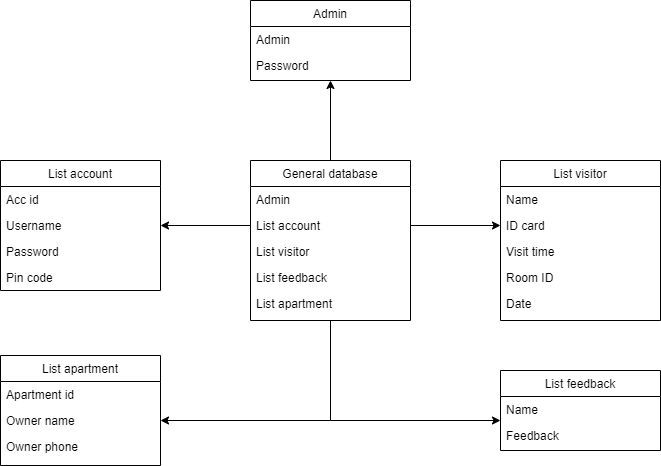
Before: diagram/Class Diagram.drawio.png, a diagram exported from draw.io (duongminhthanh/app_system_management_visitor_for_old_aparment). Source tidied: cells renumbered, new cells last; positions are measured from the earlier drawing's top-left corner, leaving out a move shared by most shapes.
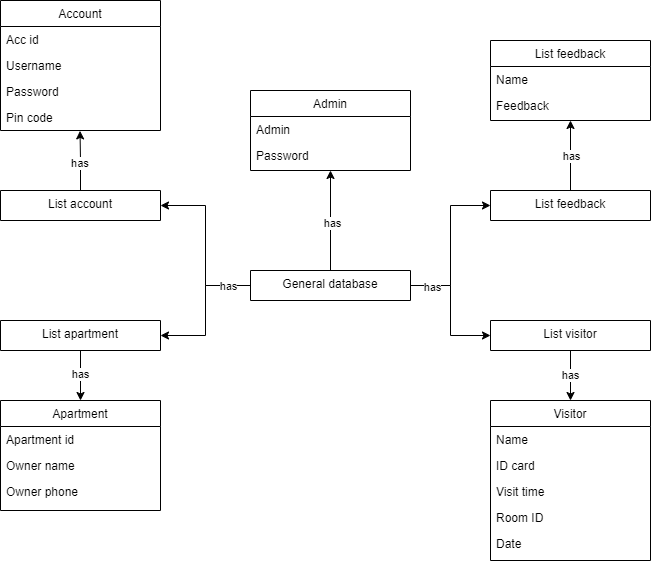
After the commit.

What changed in the source:
```diff
@@ -2,8 +2,8 @@
   <root>
     <mxCell id="0" />
     <mxCell id="1" parent="0" />
-    <mxCell id="2" value="List account" style="swimlane;fontStyle=0;align=center;verticalAlign=top;horizontal=1;startSize=26;rounded=0;shadow=0;strokeWidth=1;" parent="1" vertex="1">
-      <mxGeometry y="160" width="160" height="130" as="geometry" />
+    <mxCell id="2" value="Account" style="swimlane;fontStyle=0;align=center;verticalAlign=top;horizontal=1;startSize=26;rounded=0;shadow=0;strokeWidth=1;" parent="1" vertex="1">
+      <mxGeometry y="-60" width="160" height="130" as="geometry" />
     </mxCell>
     <mxCell id="3" value="Acc id" style="text;align=left;verticalAlign=top;spacingLeft=4;spacingRight=4;overflow=hidden;" parent="2" vertex="1">
       <mxGeometry y="26" width="160" height="26" as="geometry" />
@@ -17,35 +17,8 @@
     <mxCell id="6" value="Pin code" style="text;align=left;verticalAlign=top;spacingLeft=4;spacingRight=4;overflow=hidden;points=[[0,0.5],[1,0.5]];portConstraint=eastwest;rounded=0;shadow=0;html=0;" parent="2" vertex="1">
       <mxGeometry y="104" width="160" height="26" as="geometry" />
     </mxCell>
-    <mxCell id="7" style="edgeStyle=orthogonalEdgeStyle;rounded=0;jettySize=auto;html=1;entryX=0.5;entryY=1;entryDx=0;entryDy=0;" parent="1" edge="1" source="10" target="16">
-      <mxGeometry relative="1" as="geometry" />
-    </mxCell>
-    <mxCell id="8" style="edgeStyle=orthogonalEdgeStyle;rounded=0;jettySize=auto;html=1;entryX=1;entryY=0.5;entryDx=0;entryDy=0;" parent="1" edge="1" source="10" target="29">
-      <mxGeometry relative="1" as="geometry" />
-    </mxCell>
-    <mxCell id="9" style="edgeStyle=orthogonalEdgeStyle;rounded=0;jettySize=auto;html=1;entryX=0;entryY=-0.077;entryDx=0;entryDy=0;entryPerimeter=0;" parent="1" edge="1" source="10" target="33">
-      <mxGeometry relative="1" as="geometry" />
-    </mxCell>
-    <mxCell id="10" value="General database" style="swimlane;fontStyle=0;align=center;verticalAlign=top;horizontal=1;startSize=26;rounded=0;shadow=0;strokeWidth=1;" parent="1" vertex="1">
-      <mxGeometry x="250" y="160" width="160" height="160" as="geometry" />
-    </mxCell>
-    <mxCell id="11" value="Admin" style="text;align=left;verticalAlign=top;spacingLeft=4;spacingRight=4;overflow=hidden;" parent="10" vertex="1">
-      <mxGeometry y="26" width="160" height="26" as="geometry" />
-    </mxCell>
-    <mxCell id="12" value="List account" style="text;align=left;verticalAlign=top;spacingLeft=4;spacingRight=4;overflow=hidden;points=[[0,0.5],[1,0.5]];portConstraint=eastwest;rounded=0;shadow=0;html=0;" parent="10" vertex="1">
-      <mxGeometry y="52" width="160" height="26" as="geometry" />
-    </mxCell>
-    <mxCell id="13" value="List visitor" style="text;align=left;verticalAlign=top;spacingLeft=4;spacingRight=4;overflow=hidden;points=[[0,0.5],[1,0.5]];portConstraint=eastwest;rounded=0;shadow=0;html=0;" parent="10" vertex="1">
-      <mxGeometry y="78" width="160" height="26" as="geometry" />
-    </mxCell>
-    <mxCell id="14" value="List feedback" style="text;align=left;verticalAlign=top;spacingLeft=4;spacingRight=4;overflow=hidden;points=[[0,0.5],[1,0.5]];portConstraint=eastwest;rounded=0;shadow=0;html=0;" parent="10" vertex="1">
-      <mxGeometry y="104" width="160" height="26" as="geometry" />
-    </mxCell>
-    <mxCell id="15" value="List apartment" style="text;align=left;verticalAlign=top;spacingLeft=4;spacingRight=4;overflow=hidden;points=[[0,0.5],[1,0.5]];portConstraint=eastwest;rounded=0;shadow=0;html=0;" parent="10" vertex="1">
-      <mxGeometry y="130" width="160" height="26" as="geometry" />
-    </mxCell>
     <mxCell id="16" value="Admin" style="swimlane;fontStyle=0;align=center;verticalAlign=top;horizontal=1;startSize=26;rounded=0;shadow=0;strokeWidth=1;" parent="1" vertex="1">
-      <mxGeometry x="250" width="160" height="80" as="geometry" />
+      <mxGeometry x="250" y="30" width="160" height="80" as="geometry" />
     </mxCell>
     <mxCell id="17" value="Admin" style="text;align=left;verticalAlign=top;spacingLeft=4;spacingRight=4;overflow=hidden;" parent="16" vertex="1">
       <mxGeometry y="26" width="160" height="26" as="geometry" />
@@ -53,8 +26,8 @@
     <mxCell id="18" value="Password" style="text;align=left;verticalAlign=top;spacingLeft=4;spacingRight=4;overflow=hidden;rounded=0;shadow=0;html=0;" parent="16" vertex="1">
       <mxGeometry y="52" width="160" height="28" as="geometry" />
     </mxCell>
-    <mxCell id="19" value="List visitor" style="swimlane;fontStyle=0;align=center;verticalAlign=top;horizontal=1;startSize=26;rounded=0;shadow=0;strokeWidth=1;" parent="1" vertex="1">
-      <mxGeometry x="500" y="160" width="160" height="160" as="geometry" />
+    <mxCell id="19" value="Visitor" style="swimlane;fontStyle=0;align=center;verticalAlign=top;horizontal=1;startSize=26;rounded=0;shadow=0;strokeWidth=1;" parent="1" vertex="1">
+      <mxGeometry x="490" y="340" width="160" height="160" as="geometry" />
     </mxCell>
     <mxCell id="20" value="Name" style="text;align=left;verticalAlign=top;spacingLeft=4;spacingRight=4;overflow=hidden;" parent="19" vertex="1">
       <mxGeometry y="26" width="160" height="26" as="geometry" />
@@ -71,14 +44,8 @@
     <mxCell id="24" value="Date" style="text;align=left;verticalAlign=top;spacingLeft=4;spacingRight=4;overflow=hidden;rounded=0;shadow=0;html=0;" parent="19" vertex="1">
       <mxGeometry y="130" width="160" height="26" as="geometry" />
     </mxCell>
-    <mxCell id="25" style="edgeStyle=orthogonalEdgeStyle;rounded=0;jettySize=auto;html=1;exitX=0;exitY=0.5;exitDx=0;exitDy=0;entryX=1;entryY=0.5;entryDx=0;entryDy=0;" parent="1" edge="1" source="12" target="4">
-      <mxGeometry relative="1" as="geometry" />
-    </mxCell>
-    <mxCell id="26" style="edgeStyle=orthogonalEdgeStyle;rounded=0;jettySize=auto;html=1;entryX=0;entryY=0.5;entryDx=0;entryDy=0;" parent="1" edge="1" source="12" target="21">
-      <mxGeometry relative="1" as="geometry" />
-    </mxCell>
-    <mxCell id="27" value="List apartment" style="swimlane;fontStyle=0;align=center;verticalAlign=top;horizontal=1;startSize=26;rounded=0;shadow=0;strokeWidth=1;" parent="1" vertex="1">
-      <mxGeometry y="355" width="160" height="110" as="geometry" />
+    <mxCell id="27" value="Apartment" style="swimlane;fontStyle=0;align=center;verticalAlign=top;horizontal=1;startSize=26;rounded=0;shadow=0;strokeWidth=1;" parent="1" vertex="1">
+      <mxGeometry y="340" width="160" height="110" as="geometry" />
     </mxCell>
     <mxCell id="28" value="Apartment id" style="text;align=left;verticalAlign=top;spacingLeft=4;spacingRight=4;overflow=hidden;" parent="27" vertex="1">
       <mxGeometry y="26" width="160" height="26" as="geometry" />
@@ -90,7 +57,7 @@
       <mxGeometry y="78" width="160" height="26" as="geometry" />
     </mxCell>
     <mxCell id="31" value="List feedback" style="swimlane;fontStyle=0;align=center;verticalAlign=top;horizontal=1;startSize=26;rounded=0;shadow=0;strokeWidth=1;" parent="1" vertex="1">
-      <mxGeometry x="500" y="370" width="160" height="80" as="geometry" />
+      <mxGeometry x="490" y="-20" width="160" height="80" as="geometry" />
     </mxCell>
     <mxCell id="32" value="Name" style="text;align=left;verticalAlign=top;spacingLeft=4;spacingRight=4;overflow=hidden;" parent="31" vertex="1">
       <mxGeometry y="26" width="160" height="26" as="geometry" />
@@ -98,5 +65,65 @@
     <mxCell id="33" value="Feedback" style="text;align=left;verticalAlign=top;spacingLeft=4;spacingRight=4;overflow=hidden;points=[[0,0.5],[1,0.5]];portConstraint=eastwest;rounded=0;shadow=0;html=0;" parent="31" vertex="1">
       <mxGeometry y="52" width="160" height="26" as="geometry" />
     </mxCell>
+    <mxCell id="34" style="edgeStyle=orthogonalEdgeStyle;rounded=0;jettySize=auto;html=1;entryX=0.497;entryY=1.015;entryDx=0;entryDy=0;entryPerimeter=0;" parent="1" edge="1" source="12" target="6">
+      <mxGeometry relative="1" as="geometry" />
+    </mxCell>
+    <mxCell id="35" value="has&amp;nbsp;" style="edgeLabel;html=1;align=center;verticalAlign=middle;" parent="34" vertex="1">
+      <mxGeometry x="-0.08" relative="1" as="geometry" />
+    </mxCell>
+    <mxCell id="12" value="List account" style="swimlane;fontStyle=0;align=center;verticalAlign=top;horizontal=1;startSize=0;rounded=0;shadow=0;strokeWidth=1;" parent="1" vertex="1">
+      <mxGeometry y="130" width="160" height="30" as="geometry" />
+    </mxCell>
+    <mxCell id="7" style="edgeStyle=orthogonalEdgeStyle;rounded=0;jettySize=auto;html=1;entryX=0.5;entryY=1;entryDx=0;entryDy=0;" parent="1" edge="1" source="10" target="16">
+      <mxGeometry relative="1" as="geometry" />
+    </mxCell>
+    <mxCell id="36" value="has" style="edgeLabel;html=1;align=center;verticalAlign=middle;" parent="7" vertex="1">
+      <mxGeometry x="-0.05" y="-1" relative="1" as="geometry" />
+    </mxCell>
+    <mxCell id="37" style="edgeStyle=orthogonalEdgeStyle;rounded=0;jettySize=auto;html=1;entryX=0;entryY=0.5;entryDx=0;entryDy=0;" parent="1" edge="1" source="10" target="14">
+      <mxGeometry relative="1" as="geometry" />
+    </mxCell>
+    <mxCell id="38" style="edgeStyle=orthogonalEdgeStyle;rounded=0;jettySize=auto;html=1;entryX=1;entryY=0.5;entryDx=0;entryDy=0;" parent="1" edge="1" source="10" target="12">
+      <mxGeometry relative="1" as="geometry" />
+    </mxCell>
+    <mxCell id="39" style="edgeStyle=orthogonalEdgeStyle;rounded=0;jettySize=auto;html=1;entryX=1;entryY=0.5;entryDx=0;entryDy=0;" parent="1" edge="1" source="10" target="15">
+      <mxGeometry relative="1" as="geometry" />
+    </mxCell>
+    <mxCell id="40" value="has" style="edgeLabel;html=1;align=center;verticalAlign=middle;" parent="39" vertex="1">
+      <mxGeometry x="-0.67" relative="1" as="geometry" />
+    </mxCell>
+    <mxCell id="41" style="edgeStyle=orthogonalEdgeStyle;rounded=0;jettySize=auto;html=1;entryX=0;entryY=0.5;entryDx=0;entryDy=0;" parent="1" edge="1" source="10" target="13">
+      <mxGeometry relative="1" as="geometry" />
+    </mxCell>
+    <mxCell id="42" value="has" style="edgeLabel;html=1;align=center;verticalAlign=middle;" parent="41" vertex="1">
+      <mxGeometry x="-0.68" y="-1" relative="1" as="geometry" />
+    </mxCell>
+    <mxCell id="10" value="General database" style="swimlane;fontStyle=0;align=center;verticalAlign=top;horizontal=1;startSize=0;rounded=0;shadow=0;strokeWidth=1;" parent="1" vertex="1">
+      <mxGeometry x="250" y="210" width="160" height="30" as="geometry" />
+    </mxCell>
+    <mxCell id="43" style="edgeStyle=orthogonalEdgeStyle;rounded=0;jettySize=auto;html=1;entryX=0.5;entryY=1;entryDx=0;entryDy=0;" parent="1" edge="1" source="14" target="31">
+      <mxGeometry relative="1" as="geometry" />
+    </mxCell>
+    <mxCell id="44" value="has" style="edgeLabel;html=1;align=center;verticalAlign=middle;" parent="43" vertex="1">
+      <mxGeometry x="-0.01" relative="1" as="geometry" />
+    </mxCell>
+    <mxCell id="14" value="List feedback" style="swimlane;fontStyle=0;align=center;verticalAlign=top;horizontal=1;startSize=0;rounded=0;shadow=0;strokeWidth=1;" parent="1" vertex="1">
+      <mxGeometry x="490" y="130" width="160" height="30" as="geometry" />
+    </mxCell>
+    <mxCell id="45" style="edgeStyle=orthogonalEdgeStyle;rounded=0;jettySize=auto;html=1;entryX=0.5;entryY=0;entryDx=0;entryDy=0;" parent="1" edge="1" source="15" target="27">
+      <mxGeometry relative="1" as="geometry" />
+    </mxCell>
+    <mxCell id="46" value="has" style="edgeLabel;html=1;align=center;verticalAlign=middle;" parent="45" vertex="1">
+      <mxGeometry x="-0.06" y="-1" relative="1" as="geometry" />
+    </mxCell>
+    <mxCell id="15" value="List apartment" style="swimlane;fontStyle=0;align=center;verticalAlign=top;horizontal=1;startSize=0;rounded=0;shadow=0;strokeWidth=1;" parent="1" vertex="1">
+      <mxGeometry y="260" width="160" height="30" as="geometry" />
+    </mxCell>
+    <mxCell id="47" value="has" style="edgeStyle=orthogonalEdgeStyle;rounded=0;jettySize=auto;html=1;entryX=0.5;entryY=0;entryDx=0;entryDy=0;" parent="1" edge="1" source="13" target="19">
+      <mxGeometry relative="1" as="geometry" />
+    </mxCell>
+    <mxCell id="13" value="List visitor" style="swimlane;fontStyle=0;align=center;verticalAlign=top;horizontal=1;startSize=0;rounded=0;shadow=0;strokeWidth=1;" parent="1" vertex="1">
+      <mxGeometry x="490" y="260" width="160" height="30" as="geometry" />
+    </mxCell>
   </root>
 </mxGraphModel>
```
